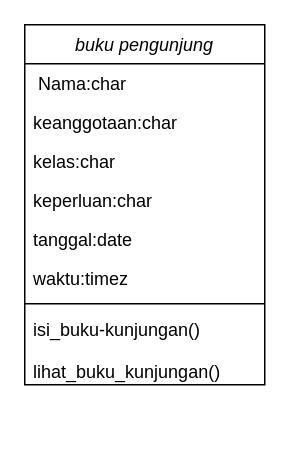
Above: CLASS-DIA.drawio in Rafiahmad567/swich_belnja (draw.io), before the change. Source tidied: cells renumbered, new cells numbered last; positions are measured from the earlier drawing's top-left corner, leaving out a move shared by most shapes. Both pictures are drawn from the tidied source at 150%, with x=0, y=0 at pixel (24, 24).
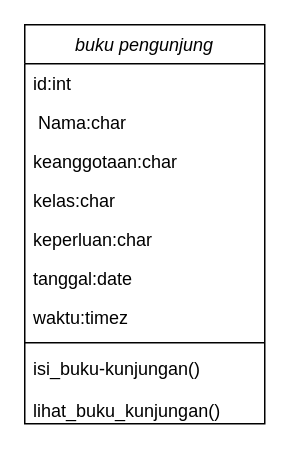
After the change.

Diff of the diagram source:
```diff
@@
 <mxGraphModel>
   <root>
     <mxCell id="0" />
     <mxCell id="1" parent="0" />
     <mxCell id="2" value="buku pengunjung" style="swimlane;fontStyle=2;align=center;verticalAlign=top;horizontal=1;startSize=26;rounded=0;shadow=0;strokeWidth=1;" parent="1" vertex="1">
-      <mxGeometry width="160" height="240" as="geometry" />
+      <mxGeometry width="160" height="266" as="geometry" />
     </mxCell>
-    <mxCell id="3" value=" Nama:char" style="text;align=left;verticalAlign=top;spacingLeft=4;spacingRight=4;overflow=hidden;" parent="2" vertex="1">
+    <mxCell id="3" value="id:int&#10;" style="text;align=left;verticalAlign=top;spacingLeft=4;spacingRight=4;overflow=hidden;" parent="2" vertex="1">
       <mxGeometry y="26" width="160" height="26" as="geometry" />
     </mxCell>
+    <mxCell id="11" value=" Nama:char" style="text;align=left;verticalAlign=top;spacingLeft=4;spacingRight=4;overflow=hidden;" parent="2" vertex="1">
+      <mxGeometry y="52" width="160" height="26" as="geometry" />
+    </mxCell>
     <mxCell id="4" value="keanggotaan:char" style="text;align=left;verticalAlign=top;spacingLeft=4;spacingRight=4;overflow=hidden;rounded=0;shadow=0;html=0;" parent="2" vertex="1">
-      <mxGeometry y="52" width="160" height="26" as="geometry" />
+      <mxGeometry y="78" width="160" height="26" as="geometry" />
     </mxCell>
     <mxCell id="5" value="kelas:char" style="text;align=left;verticalAlign=top;spacingLeft=4;spacingRight=4;overflow=hidden;rounded=0;shadow=0;html=0;" parent="2" vertex="1">
-      <mxGeometry y="78" width="160" height="26" as="geometry" />
+      <mxGeometry y="104" width="160" height="26" as="geometry" />
     </mxCell>
     <mxCell id="6" value="keperluan:char" style="text;align=left;verticalAlign=top;spacingLeft=4;spacingRight=4;overflow=hidden;rounded=0;shadow=0;html=0;" parent="2" vertex="1">
-      <mxGeometry y="104" width="160" height="26" as="geometry" />
+      <mxGeometry y="130" width="160" height="26" as="geometry" />
     </mxCell>
     <mxCell id="7" value="tanggal:date" style="text;align=left;verticalAlign=top;spacingLeft=4;spacingRight=4;overflow=hidden;rounded=0;shadow=0;html=0;" parent="2" vertex="1">
-      <mxGeometry y="130" width="160" height="26" as="geometry" />
+      <mxGeometry y="156" width="160" height="26" as="geometry" />
     </mxCell>
     <mxCell id="8" value="waktu:timez&#10;" style="text;align=left;verticalAlign=top;spacingLeft=4;spacingRight=4;overflow=hidden;rounded=0;shadow=0;html=0;" parent="2" vertex="1">
-      <mxGeometry y="156" width="160" height="26" as="geometry" />
+      <mxGeometry y="182" width="160" height="26" as="geometry" />
     </mxCell>
     <mxCell id="9" style="line;html=1;strokeWidth=1;align=left;verticalAlign=middle;spacingTop=-1;spacingLeft=3;spacingRight=3;labelPosition=right;" parent="2" vertex="1">
-      <mxGeometry y="182" width="160" height="8" as="geometry" />
+      <mxGeometry y="208" width="160" height="8" as="geometry" />
     </mxCell>
     <mxCell id="10" value="isi_buku-kunjungan()&#10;&#10;lihat_buku_kunjungan()" style="text;align=left;verticalAlign=top;spacingLeft=4;spacingRight=4;overflow=hidden;" parent="2" vertex="1">
-      <mxGeometry y="190" width="160" height="50" as="geometry" />
+      <mxGeometry y="216" width="160" height="50" as="geometry" />
     </mxCell>
   </root>
 </mxGraphModel>
```
